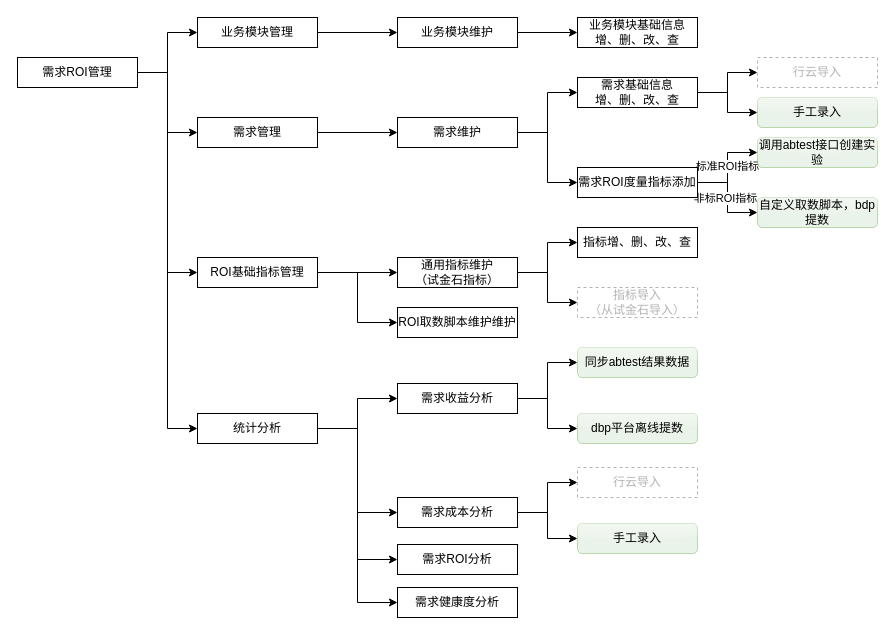
lihongliang1989/diagram keeps this draw.io diagram as page "功能结构图" (3 of 4) of 需求ROI评估.drawio. Above is the earlier version. Source tidied: cells renumbered, new cells numbered last; positions are measured from the earlier drawing's top-left corner, leaving out a move shared by most shapes. Both pictures are drawn from the tidied source at 100%, with x=0, y=0 at pixel (17, 17).
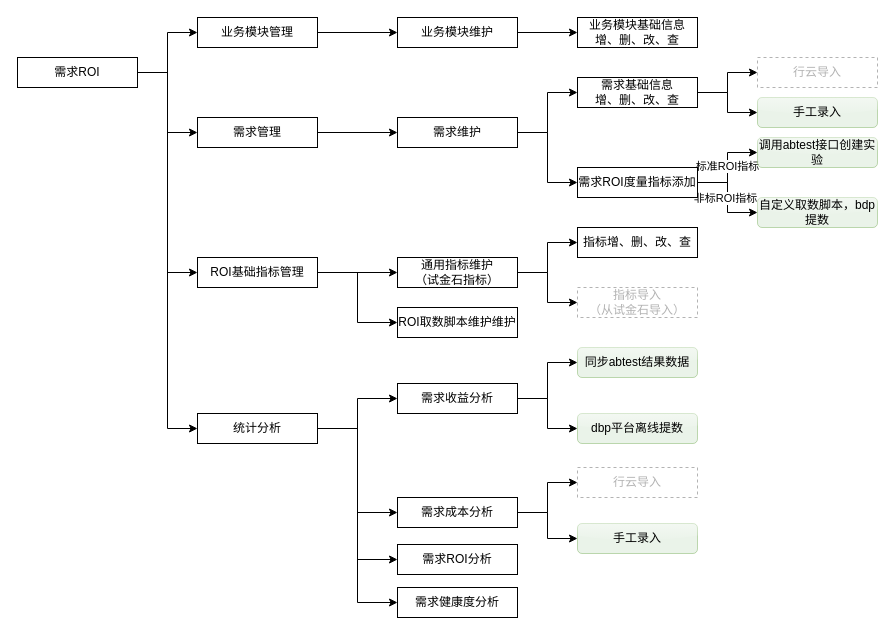
After the change.

Change to the diagram source:
```diff
@@
-    <mxCell id="6" value="需求ROI管理" style="rounded=0;whiteSpace=wrap;html=1;gradientColor=none;" parent="1" vertex="1">
+    <mxCell id="6" value="需求ROI" style="rounded=0;whiteSpace=wrap;html=1;gradientColor=none;" parent="1" vertex="1">
       <mxGeometry y="40" width="120" height="30" as="geometry" />
     </mxCell>
```
